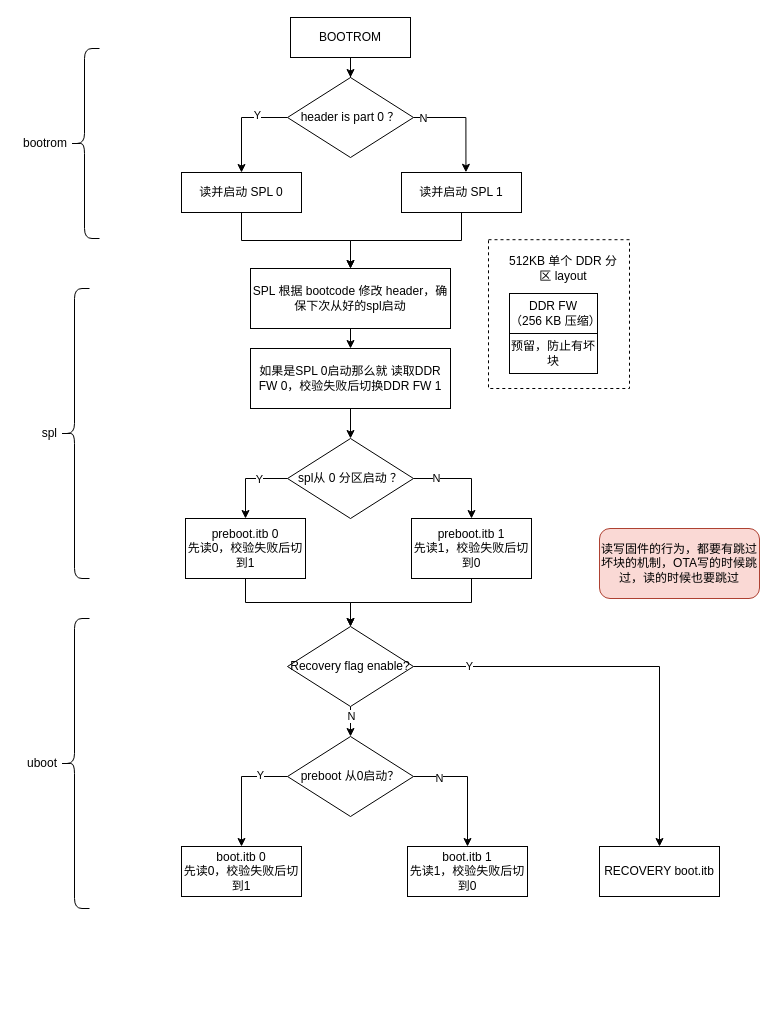
Above: page "第 2 页" (2 of 4) of NAND坏块管理和升级.drawio in wdhgit/drawio (draw.io), before the change. Source tidied: cells renumbered, new cells numbered last; positions are measured from the earlier drawing's top-left corner, leaving out a move shared by most shapes. Both pictures are drawn from the tidied source at 100%, with x=0, y=0 at pixel (59, 17).
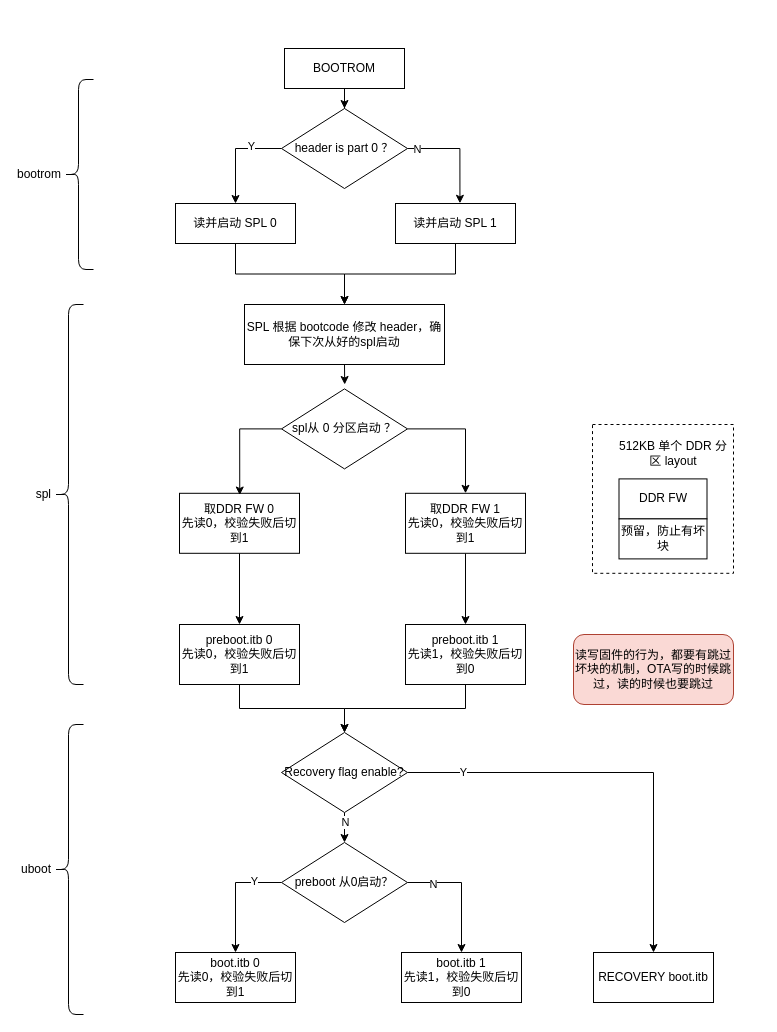
The same page after the edit.

Commit message:
更新NAND坏块管理和升级.drawio

The edit, as a diff of the source:
```diff
@@
     <mxCell id="3" value="BOOTROM" style="rounded=0;whiteSpace=wrap;html=1;" parent="1" vertex="1">
-      <mxGeometry x="231" width="120" height="40" as="geometry" />
+      <mxGeometry x="225" y="31" width="120" height="40" as="geometry" />
     </mxCell>
     <mxCell id="4" style="edgeStyle=orthogonalEdgeStyle;rounded=0;jettySize=auto;html=1;exitX=0;exitY=0.5;exitDx=0;exitDy=0;" parent="1" edge="1" source="6" target="8">
       <mxGeometry relative="1" as="geometry">
         <Array as="points">
-          <mxPoint x="182" y="100" />
+          <mxPoint x="176" y="131" />
         </Array>
       </mxGeometry>
     </mxCell>
@@
     <mxCell id="6" value="header is part 0 ？" style="rhombus;whiteSpace=wrap;html=1;" parent="1" vertex="1">
-      <mxGeometry x="228" y="60" width="126" height="80" as="geometry" />
+      <mxGeometry x="222" y="91" width="126" height="80" as="geometry" />
     </mxCell>
@@
     <mxCell id="8" value="读并启动 SPL 0" style="rounded=0;whiteSpace=wrap;html=1;" parent="1" vertex="1">
-      <mxGeometry x="122" y="155" width="120" height="40" as="geometry" />
+      <mxGeometry x="116" y="186" width="120" height="40" as="geometry" />
     </mxCell>
@@
     <mxCell id="10" value="读并启动 SPL 1" style="rounded=0;whiteSpace=wrap;html=1;" parent="1" vertex="1">
-      <mxGeometry x="342" y="155" width="120" height="40" as="geometry" />
+      <mxGeometry x="336" y="186" width="120" height="40" as="geometry" />
     </mxCell>
@@
-    <mxCell id="13" style="edgeStyle=orthogonalEdgeStyle;rounded=0;jettySize=auto;html=1;exitX=0.5;exitY=1;exitDx=0;exitDy=0;entryX=0.5;entryY=0;entryDx=0;entryDy=0;" parent="1" edge="1" source="14" target="41">
-      <mxGeometry relative="1" as="geometry" />
-    </mxCell>
+    <mxCell id="47" style="edgeStyle=orthogonalEdgeStyle;rounded=0;jettySize=auto;html=1;exitX=0.5;exitY=1;exitDx=0;exitDy=0;" parent="1" edge="1" source="14">
+      <mxGeometry relative="1" as="geometry">
+        <mxPoint x="285.2" y="367" as="targetPoint" />
+      </mxGeometry>
+    </mxCell>
     <mxCell id="14" value="SPL 根据 bootcode 修改 header，确保下次从好的spl启动" style="rounded=0;whiteSpace=wrap;html=1;" parent="1" vertex="1">
-      <mxGeometry x="191" y="251" width="200" height="60" as="geometry" />
+      <mxGeometry x="185" y="287" width="200" height="60" as="geometry" />
     </mxCell>
-    <mxCell id="15" style="edgeStyle=orthogonalEdgeStyle;rounded=0;jettySize=auto;html=1;exitX=0;exitY=0.5;exitDx=0;exitDy=0;entryX=0.5;entryY=0;entryDx=0;entryDy=0;" parent="1" edge="1" source="17" target="19">
-      <mxGeometry relative="1" as="geometry" />
-    </mxCell>
-    <mxCell id="16" value="Y" style="edgeLabel;html=1;align=center;verticalAlign=middle;" parent="15" vertex="1">
-      <mxGeometry x="-0.3" relative="1" as="geometry" />
-    </mxCell>
+    <mxCell id="48" style="edgeStyle=orthogonalEdgeStyle;rounded=0;jettySize=auto;html=1;exitX=1;exitY=0.5;exitDx=0;exitDy=0;entryX=0.5;entryY=0;entryDx=0;entryDy=0;" parent="1" edge="1" source="17" target="52">
+      <mxGeometry relative="1" as="geometry" />
+    </mxCell>
     <mxCell id="17" value="spl从 0 分区启动 ？" style="rhombus;whiteSpace=wrap;html=1;" parent="1" vertex="1">
-      <mxGeometry x="228" y="421" width="126" height="80" as="geometry" />
+      <mxGeometry x="222" y="371.4" width="126" height="80" as="geometry" />
     </mxCell>
@@
     <mxCell id="19" value="preboot.itb 0&lt;div&gt;先读0，校验失败后切到1&lt;/div&gt;" style="rounded=0;whiteSpace=wrap;html=1;" parent="1" vertex="1">
-      <mxGeometry x="126" y="501" width="120" height="60" as="geometry" />
+      <mxGeometry x="120" y="607" width="120" height="60" as="geometry" />
     </mxCell>
@@
     <mxCell id="21" value="preboot.itb 1&lt;div&gt;先读1，校验失败后切到0&lt;/div&gt;" style="rounded=0;whiteSpace=wrap;html=1;" parent="1" vertex="1">
-      <mxGeometry x="352" y="501" width="120" height="60" as="geometry" />
+      <mxGeometry x="346" y="607" width="120" height="60" as="geometry" />
     </mxCell>
-    <mxCell id="22" style="edgeStyle=orthogonalEdgeStyle;rounded=0;jettySize=auto;html=1;exitX=1;exitY=0.5;exitDx=0;exitDy=0;entryX=0.5;entryY=0;entryDx=0;entryDy=0;" parent="1" edge="1" source="17" target="21">
-      <mxGeometry relative="1" as="geometry" />
-    </mxCell>
-    <mxCell id="23" value="N" style="edgeLabel;html=1;align=center;verticalAlign=middle;" parent="22" vertex="1">
-      <mxGeometry x="-0.56" y="1" relative="1" as="geometry" />
-    </mxCell>
     <mxCell id="24" style="edgeStyle=orthogonalEdgeStyle;rounded=0;jettySize=auto;html=1;exitX=0;exitY=0.5;exitDx=0;exitDy=0;entryX=0.5;entryY=0;entryDx=0;entryDy=0;" parent="1" edge="1" source="28" target="29">
       <mxGeometry relative="1" as="geometry">
         <Array as="points">
-          <mxPoint x="182" y="759" />
+          <mxPoint x="176" y="865" />
         </Array>
       </mxGeometry>
     </mxCell>
@@
     <mxCell id="26" style="edgeStyle=orthogonalEdgeStyle;rounded=0;jettySize=auto;html=1;exitX=1;exitY=0.5;exitDx=0;exitDy=0;entryX=0.5;entryY=0;entryDx=0;entryDy=0;" parent="1" edge="1" source="28" target="30">
       <mxGeometry relative="1" as="geometry">
         <Array as="points">
-          <mxPoint x="408" y="759" />
+          <mxPoint x="402" y="865" />
         </Array>
       </mxGeometry>
     </mxCell>
@@
     <mxCell id="28" value="preboot 从0启动？" style="rhombus;whiteSpace=wrap;html=1;" parent="1" vertex="1">
-      <mxGeometry x="228" y="719" width="126" height="80" as="geometry" />
+      <mxGeometry x="222" y="825" width="126" height="80" as="geometry" />
     </mxCell>
     <mxCell id="29" value="boot.itb 0&lt;div&gt;先读0，校验失败后切到1&lt;/div&gt;" style="rounded=0;whiteSpace=wrap;html=1;" parent="1" vertex="1">
-      <mxGeometry x="122" y="829" width="120" height="50" as="geometry" />
+      <mxGeometry x="116" y="935" width="120" height="50" as="geometry" />
     </mxCell>
     <mxCell id="30" value="boot.itb 1&lt;div&gt;先读1，校验失败后切到0&lt;/div&gt;" style="rounded=0;whiteSpace=wrap;html=1;" parent="1" vertex="1">
-      <mxGeometry x="348" y="829" width="120" height="50" as="geometry" />
+      <mxGeometry x="342" y="935" width="120" height="50" as="geometry" />
     </mxCell>
@@
     <mxCell id="35" value="Recovery flag enable?" style="rhombus;whiteSpace=wrap;html=1;" parent="1" vertex="1">
-      <mxGeometry x="228" y="609" width="126" height="80" as="geometry" />
+      <mxGeometry x="222" y="715" width="126" height="80" as="geometry" />
     </mxCell>
     <mxCell id="36" value="RECOVERY boot.itb" style="rounded=0;whiteSpace=wrap;html=1;" parent="1" vertex="1">
-      <mxGeometry x="540" y="829" width="120" height="50" as="geometry" />
+      <mxGeometry x="534" y="935" width="120" height="50" as="geometry" />
     </mxCell>
     <mxCell id="37" value="bootrom" style="shape=curlyBracket;whiteSpace=wrap;html=1;rounded=1;labelPosition=left;verticalLabelPosition=middle;align=right;verticalAlign=middle;" parent="1" vertex="1">
-      <mxGeometry x="10" y="31" width="30" height="190" as="geometry" />
+      <mxGeometry x="4" y="62" width="30" height="190" as="geometry" />
     </mxCell>
     <mxCell id="38" value="spl" style="shape=curlyBracket;whiteSpace=wrap;html=1;rounded=1;labelPosition=left;verticalLabelPosition=middle;align=right;verticalAlign=middle;" parent="1" vertex="1">
-      <mxGeometry y="271" width="30" height="290" as="geometry" />
+      <mxGeometry x="-6" y="287" width="30" height="380" as="geometry" />
     </mxCell>
     <mxCell id="39" value="uboot" style="shape=curlyBracket;whiteSpace=wrap;html=1;rounded=1;labelPosition=left;verticalLabelPosition=middle;align=right;verticalAlign=middle;" parent="1" vertex="1">
-      <mxGeometry y="601" width="30" height="290" as="geometry" />
+      <mxGeometry x="-6" y="707" width="30" height="290" as="geometry" />
     </mxCell>
-    <mxCell id="40" style="edgeStyle=orthogonalEdgeStyle;rounded=0;jettySize=auto;html=1;exitX=0.5;exitY=1;exitDx=0;exitDy=0;entryX=0.5;entryY=0;entryDx=0;entryDy=0;" parent="1" edge="1" source="41" target="17">
-      <mxGeometry relative="1" as="geometry" />
-    </mxCell>
-    <mxCell id="41" value="如果是SPL 0启动那么就 读取DDR FW 0，校验失败后切换DDR FW 1" style="rounded=0;whiteSpace=wrap;html=1;" parent="1" vertex="1">
-      <mxGeometry x="191" y="331" width="200" height="60" as="geometry" />
-    </mxCell>
-    <mxCell id="42" value="DDR FW&lt;div&gt;（256 KB 压缩）&lt;/div&gt;" style="rounded=0;whiteSpace=wrap;html=1;" parent="1" vertex="1">
-      <mxGeometry x="450" y="276" width="88" height="40" as="geometry" />
+    <mxCell id="42" value="DDR FW" style="rounded=0;whiteSpace=wrap;html=1;" parent="1" vertex="1">
+      <mxGeometry x="559.5" y="461.4" width="88" height="40" as="geometry" />
     </mxCell>
     <mxCell id="43" value="预留，防止有坏块" style="rounded=0;whiteSpace=wrap;html=1;" parent="1" vertex="1">
-      <mxGeometry x="450" y="316" width="88" height="40" as="geometry" />
+      <mxGeometry x="559.5" y="501.4" width="88" height="40" as="geometry" />
     </mxCell>
     <mxCell id="44" value="512KB 单个 DDR 分区 layout" style="text;html=1;whiteSpace=wrap;strokeColor=none;fillColor=none;align=center;verticalAlign=middle;rounded=0;" parent="1" vertex="1">
-      <mxGeometry x="448" y="236" width="112" height="30" as="geometry" />
+      <mxGeometry x="557.5" y="421.4" width="112" height="30" as="geometry" />
     </mxCell>
     <mxCell id="45" style="rounded=0;whiteSpace=wrap;html=1;fillColor=none;dashed=1;" parent="1" vertex="1">
-      <mxGeometry x="429" y="222.2" width="141" height="148.8" as="geometry" />
+      <mxGeometry x="533" y="407" width="141" height="148.8" as="geometry" />
     </mxCell>
     <mxCell id="46" value="读写固件的行为，都要有跳过坏块的机制，OTA写的时候跳过，读的时候也要跳过" style="rounded=1;whiteSpace=wrap;html=1;fillColor=#fad9d5;strokeColor=#ae4132;" parent="1" vertex="1">
-      <mxGeometry x="540" y="511" width="160" height="70" as="geometry" />
+      <mxGeometry x="514" y="617" width="160" height="70" as="geometry" />
     </mxCell>
+    <mxCell id="49" style="edgeStyle=orthogonalEdgeStyle;rounded=0;jettySize=auto;html=1;exitX=0.5;exitY=1;exitDx=0;exitDy=0;entryX=0.5;entryY=0;entryDx=0;entryDy=0;" parent="1" edge="1" source="50" target="19">
+      <mxGeometry relative="1" as="geometry" />
+    </mxCell>
+    <mxCell id="50" value="取DDR FW 0&lt;div&gt;先读0，校验失败后切到1&lt;/div&gt;" style="rounded=0;whiteSpace=wrap;html=1;" parent="1" vertex="1">
+      <mxGeometry x="120" y="475.8" width="120" height="60" as="geometry" />
+    </mxCell>
+    <mxCell id="51" style="edgeStyle=orthogonalEdgeStyle;rounded=0;jettySize=auto;html=1;exitX=0.5;exitY=1;exitDx=0;exitDy=0;entryX=0.5;entryY=0;entryDx=0;entryDy=0;" parent="1" edge="1" source="52" target="21">
+      <mxGeometry relative="1" as="geometry" />
+    </mxCell>
+    <mxCell id="52" value="取DDR FW 1&lt;div&gt;先读0，校验失败后切到1&lt;/div&gt;" style="rounded=0;whiteSpace=wrap;html=1;" parent="1" vertex="1">
+      <mxGeometry x="346" y="475.8" width="120" height="60" as="geometry" />
+    </mxCell>
+    <mxCell id="53" style="edgeStyle=orthogonalEdgeStyle;rounded=0;jettySize=auto;html=1;exitX=0;exitY=0.5;exitDx=0;exitDy=0;entryX=0.502;entryY=0.029;entryDx=0;entryDy=0;entryPerimeter=0;" parent="1" edge="1" source="17" target="50">
+      <mxGeometry relative="1" as="geometry" />
+    </mxCell>
```
